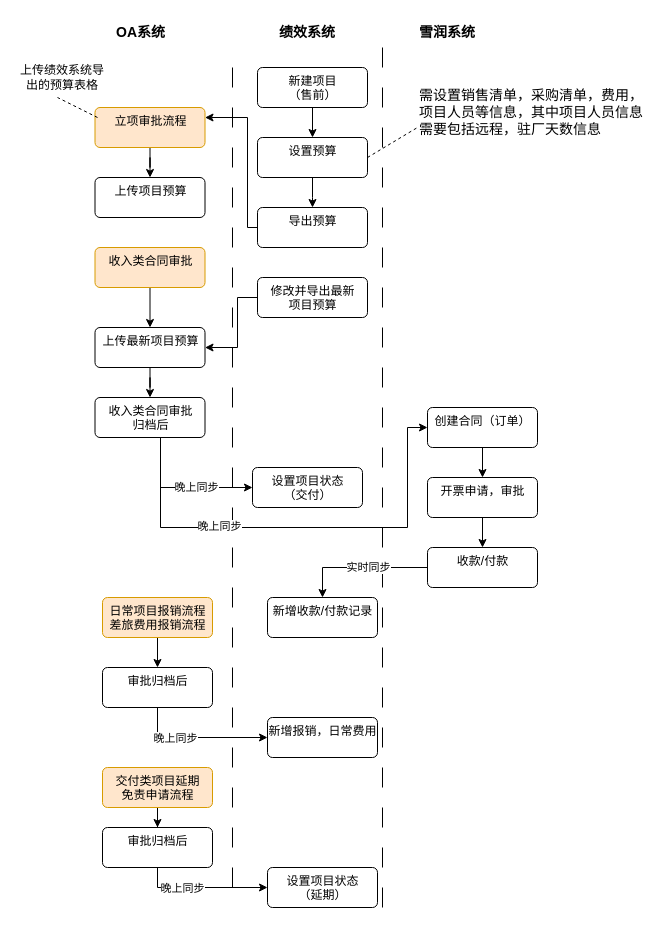
This is page "总体业务流程图2.0 for 使用说明书" (8 of 8) of shrine-doc/项目绩效总体流程.drawio from easefulfil/CLOUDCARE, a draw.io file, before an edit. Source tidied: cells renumbered, new cells numbered last; positions are measured from the earlier drawing's top-left corner, leaving out a move shared by most shapes. Both pictures are drawn from the tidied source at 100%, with x=0, y=0 at pixel (17, 17).
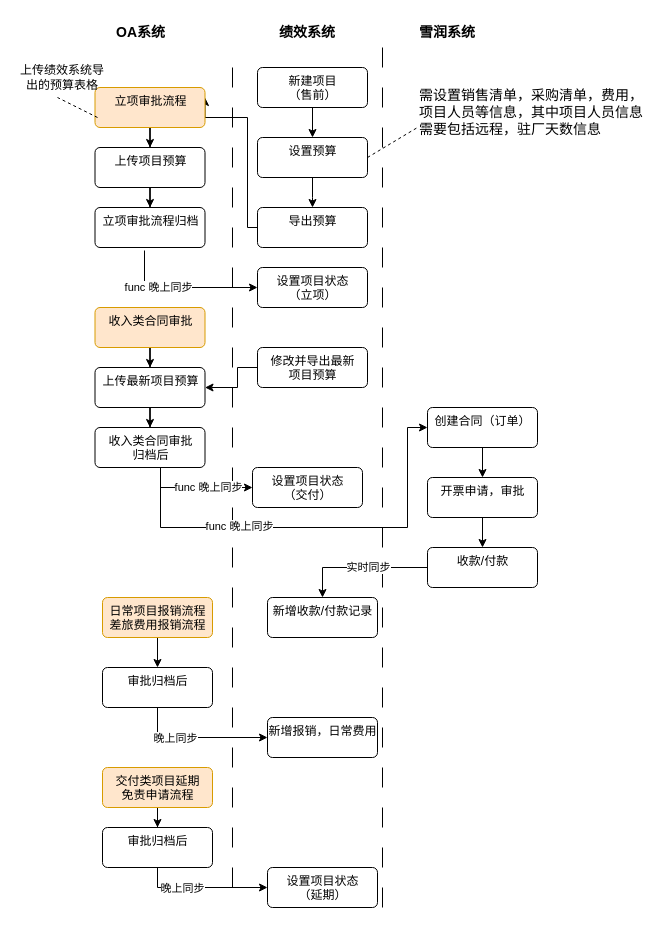
Above is the later version.

Commit message:
更新项目绩效总体流程.drawio

Unchanged cells that the change refers to:
```xml
<mxCell id="16" style="edgeStyle=orthogonalEdgeStyle;rounded=0;jettySize=auto;html=1;entryX=0;entryY=0.5;entryDx=0;entryDy=0;" parent="1" edge="1" source="18" target="21">
  <mxGeometry relative="1" as="geometry">
    <Array as="points">
      <mxPoint x="143" y="470" />
    </Array>
  </mxGeometry>
</mxCell>
<mxCell id="19" style="edgeStyle=orthogonalEdgeStyle;rounded=0;jettySize=auto;html=1;entryX=0;entryY=0.5;entryDx=0;entryDy=0;exitX=0.5;exitY=1;exitDx=0;exitDy=0;" parent="1" edge="1" source="18" target="25">
  <mxGeometry relative="1" as="geometry">
    <Array as="points">
      <mxPoint x="143" y="510" />
      <mxPoint x="390" y="510" />
      <mxPoint x="390" y="410" />
    </Array>
  </mxGeometry>
</mxCell>
```

What changed in the source:
```diff
@@
     <mxCell id="12" value="收入类合同审批&lt;br&gt;" style="html=1;align=center;verticalAlign=top;rounded=1;absoluteArcSize=1;arcSize=10;dashed=0;fillColor=#ffe6cc;strokeColor=#d79b00;" parent="1" vertex="1">
-      <mxGeometry x="77.5" y="230" width="110" height="40" as="geometry" />
+      <mxGeometry x="77.5" y="290" width="110" height="40" as="geometry" />
     </mxCell>
@@
+    <mxCell id="52" style="edgeStyle=orthogonalEdgeStyle;rounded=0;jettySize=auto;html=1;" parent="1" edge="1" source="15" target="56">
+      <mxGeometry relative="1" as="geometry" />
+    </mxCell>
     <mxCell id="15" value="上传项目预算" style="html=1;align=center;verticalAlign=top;rounded=1;absoluteArcSize=1;arcSize=10;dashed=0;" parent="1" vertex="1">
-      <mxGeometry x="77.5" y="160" width="110" height="40" as="geometry" />
+      <mxGeometry x="77.5" y="130" width="110" height="40" as="geometry" />
     </mxCell>
@@
-    <mxCell id="17" value="晚上同步" style="edgeLabel;html=1;align=center;verticalAlign=middle;" parent="16" vertex="1">
+    <mxCell id="17" value="func 晚上同步" style="edgeLabel;html=1;align=center;verticalAlign=middle;" parent="16" vertex="1">
       <mxGeometry x="0.2" y="1" relative="1" as="geometry" />
     </mxCell>
     <mxCell id="18" value="收入类合同审批&lt;br&gt;归档后" style="html=1;align=center;verticalAlign=top;rounded=1;absoluteArcSize=1;arcSize=10;dashed=0;" parent="1" vertex="1">
-      <mxGeometry x="77.5" y="380" width="110" height="40" as="geometry" />
+      <mxGeometry x="77.5" y="410" width="110" height="40" as="geometry" />
     </mxCell>
@@
-    <mxCell id="20" value="晚上同步" style="edgeLabel;html=1;align=center;verticalAlign=middle;" parent="19" vertex="1">
+    <mxCell id="20" value="func 晚上同步" style="edgeLabel;html=1;align=center;verticalAlign=middle;" parent="19" vertex="1">
       <mxGeometry x="-0.32" y="2" relative="1" as="geometry" />
     </mxCell>
@@
     <mxCell id="23" value="立项审批流程" style="html=1;align=center;verticalAlign=top;rounded=1;absoluteArcSize=1;arcSize=10;dashed=0;fillColor=#ffe6cc;strokeColor=#d79b00;" parent="1" vertex="1">
-      <mxGeometry x="77.5" y="90" width="110" height="40" as="geometry" />
+      <mxGeometry x="77.5" y="70" width="110" height="40" as="geometry" />
     </mxCell>
@@
     <mxCell id="48" style="edgeStyle=orthogonalEdgeStyle;rounded=0;jettySize=auto;html=1;entryX=1;entryY=0.5;entryDx=0;entryDy=0;" parent="1" edge="1" source="49" target="51">
       <mxGeometry relative="1" as="geometry">
         <Array as="points">
-          <mxPoint x="220" y="280" />
-          <mxPoint x="220" y="330" />
+          <mxPoint x="220" y="350" />
+          <mxPoint x="220" y="370" />
         </Array>
       </mxGeometry>
     </mxCell>
     <mxCell id="49" value="修改并导出最新&lt;br&gt;项目预算" style="html=1;align=center;verticalAlign=top;rounded=1;absoluteArcSize=1;arcSize=10;dashed=0;" parent="1" vertex="1">
-      <mxGeometry x="240" y="260" width="110" height="40" as="geometry" />
+      <mxGeometry x="240" y="330" width="110" height="40" as="geometry" />
     </mxCell>
@@
     <mxCell id="51" value="上传最新项目预算" style="html=1;align=center;verticalAlign=top;rounded=1;absoluteArcSize=1;arcSize=10;dashed=0;" parent="1" vertex="1">
-      <mxGeometry x="77.5" y="310" width="110" height="40" as="geometry" />
+      <mxGeometry x="77.5" y="350" width="110" height="40" as="geometry" />
     </mxCell>
+    <mxCell id="53" value="设置项目状态&lt;br&gt;（立项）" style="html=1;align=center;verticalAlign=top;rounded=1;absoluteArcSize=1;arcSize=10;dashed=0;" parent="1" vertex="1">
+      <mxGeometry x="240" y="250" width="110" height="40" as="geometry" />
+    </mxCell>
+    <mxCell id="54" style="edgeStyle=orthogonalEdgeStyle;rounded=0;jettySize=auto;html=1;entryX=0;entryY=0.5;entryDx=0;entryDy=0;exitX=0.45;exitY=1.075;exitDx=0;exitDy=0;exitPerimeter=0;" parent="1" edge="1" source="56" target="53">
+      <mxGeometry relative="1" as="geometry">
+        <Array as="points">
+          <mxPoint x="127" y="270" />
+        </Array>
+      </mxGeometry>
+    </mxCell>
+    <mxCell id="55" value="func 晚上同步" style="edgeLabel;html=1;align=center;verticalAlign=middle;" parent="54" vertex="1">
+      <mxGeometry x="-0.33" y="1" relative="1" as="geometry" />
+    </mxCell>
+    <mxCell id="56" value="立项审批流程归档" style="html=1;align=center;verticalAlign=top;rounded=1;absoluteArcSize=1;arcSize=10;dashed=0;" parent="1" vertex="1">
+      <mxGeometry x="77.5" y="190" width="110" height="40" as="geometry" />
+    </mxCell>
```
